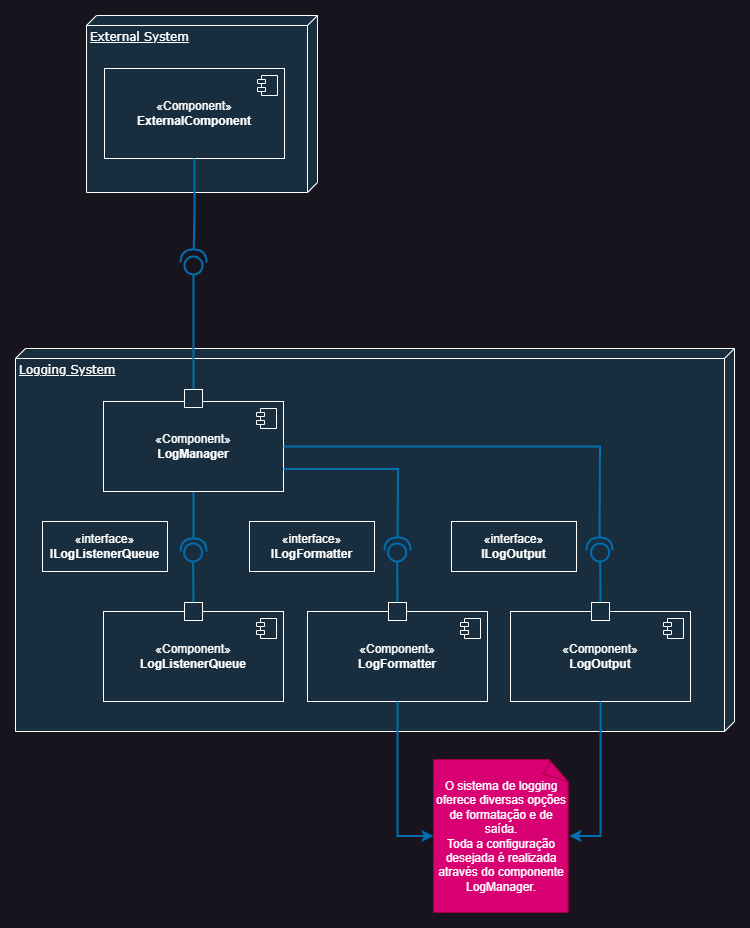
pietrodeluca1997/byte-forge-project keeps this draw.io diagram as documents/Component Diagram.drawio.png. Above is the earlier version. Source tidied: cells renumbered, new cells last; positions are measured from the earlier drawing's top-left corner, leaving out a move shared by most shapes.
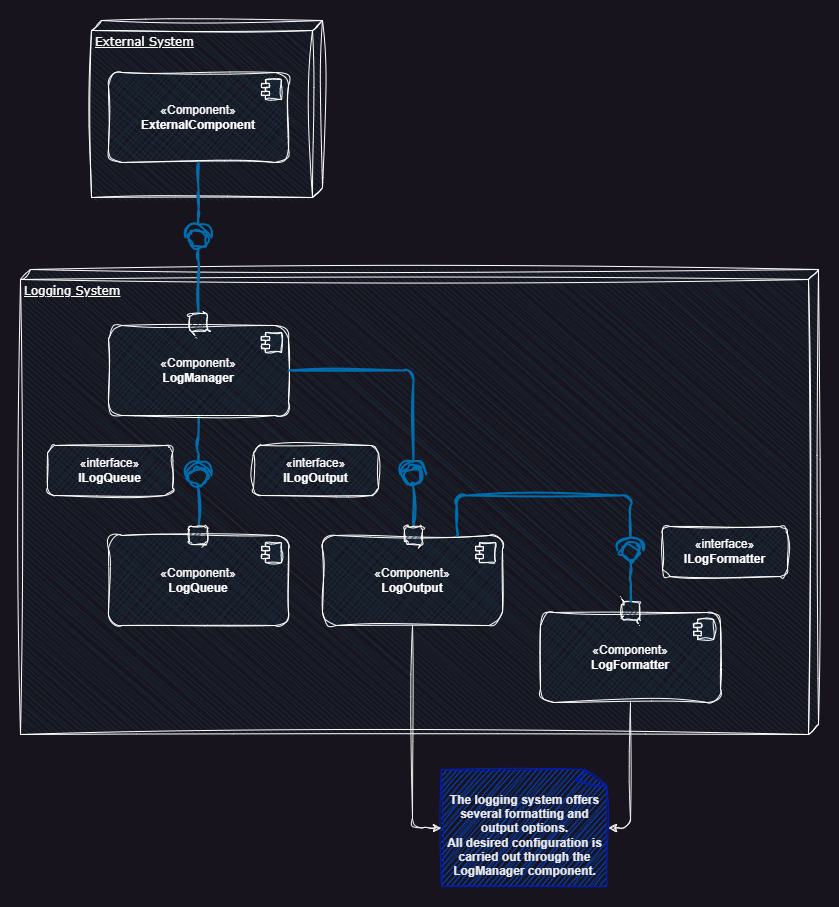
The same file after the commit.

Commit message:
Component diagram updated

Change to the diagram source:
```diff
@@ -2,127 +2,136 @@
   <root>
     <mxCell id="0" />
     <mxCell id="1" parent="0" />
-    <mxCell id="2" value="&lt;div&gt;Logging System&lt;/div&gt;&lt;div&gt;&lt;br&gt;&lt;/div&gt;" style="verticalAlign=top;align=left;spacingTop=8;spacingLeft=2;spacingRight=12;shape=cube;size=10;direction=south;fontStyle=4;html=1;rounded=0;shadow=0;comic=0;labelBackgroundColor=none;strokeWidth=1;fontFamily=Verdana;fontSize=12;fillColor=#182E3E;strokeColor=#FFFFFF;fontColor=#FFFFFF;" parent="1" vertex="1">
-      <mxGeometry y="333" width="719" height="383" as="geometry" />
+    <mxCell id="2" value="&lt;div&gt;Logging System&lt;/div&gt;&lt;div&gt;&lt;br&gt;&lt;/div&gt;" style="verticalAlign=top;align=left;spacingTop=8;spacingLeft=2;spacingRight=12;shape=cube;size=10;direction=south;fontStyle=4;html=1;rounded=1;shadow=0;comic=0;labelBackgroundColor=none;strokeWidth=1;fontFamily=Verdana;fontSize=12;fillColor=#182E3E;strokeColor=#FFFFFF;fontColor=#FFFFFF;sketch=1;curveFitting=1;jiggle=2;" parent="1" vertex="1">
+      <mxGeometry y="330" width="798" height="465" as="geometry" />
     </mxCell>
-    <mxCell id="3" style="edgeStyle=orthogonalEdgeStyle;rounded=0;jettySize=auto;html=1;strokeColor=#006EAF;endArrow=halfCircle;endFill=0;jumpSize=6;endSize=10;fillColor=#1ba1e2;strokeWidth=2;" parent="1" edge="1" source="4">
+    <mxCell id="3" style="edgeStyle=orthogonalEdgeStyle;rounded=1;jettySize=auto;html=1;strokeColor=#006EAF;endArrow=halfCircle;endFill=0;jumpSize=6;endSize=10;fillColor=#1ba1e2;strokeWidth=2;sketch=1;curveFitting=1;jiggle=2;" parent="1" edge="1" source="4">
       <mxGeometry relative="1" as="geometry">
         <mxPoint x="178" y="536" as="targetPoint" />
       </mxGeometry>
     </mxCell>
-    <mxCell id="4" value="«Component»&lt;br&gt;&lt;b&gt;LogManager&lt;/b&gt;" style="html=1;whiteSpace=wrap;labelBackgroundColor=none;fillColor=#182E3E;strokeColor=#FFFFFF;fontColor=#FFFFFF;" parent="1" vertex="1">
+    <mxCell id="4" value="«Component»&lt;br&gt;&lt;b&gt;LogManager&lt;/b&gt;" style="html=1;whiteSpace=wrap;labelBackgroundColor=none;fillColor=#182E3E;strokeColor=#FFFFFF;fontColor=#FFFFFF;sketch=1;curveFitting=1;jiggle=2;rounded=1;" parent="1" vertex="1">
       <mxGeometry x="88" y="386" width="180" height="90" as="geometry" />
     </mxCell>
-    <mxCell id="5" style="shape=module;jettyWidth=8;jettyHeight=4;labelBackgroundColor=none;fillColor=#182E3E;strokeColor=#FFFFFF;fontColor=#FFFFFF;" parent="4" vertex="1">
+    <mxCell id="5" style="shape=module;jettyWidth=8;jettyHeight=4;labelBackgroundColor=none;fillColor=#182E3E;strokeColor=#FFFFFF;fontColor=#FFFFFF;sketch=1;curveFitting=1;jiggle=2;rounded=1;" parent="4" vertex="1">
       <mxGeometry x="1" width="20" height="20" relative="1" as="geometry">
         <mxPoint x="-27" y="7" as="offset" />
       </mxGeometry>
     </mxCell>
-    <mxCell id="6" value="«Component»&lt;br&gt;&lt;b&gt;LogListenerQueue&lt;/b&gt;" style="html=1;whiteSpace=wrap;labelBackgroundColor=none;fillColor=#182E3E;strokeColor=#FFFFFF;fontColor=#FFFFFF;" parent="1" vertex="1">
+    <mxCell id="6" value="«Component»&lt;br&gt;&lt;b&gt;LogQueue&lt;/b&gt;" style="html=1;whiteSpace=wrap;labelBackgroundColor=none;fillColor=#182E3E;strokeColor=#FFFFFF;fontColor=#FFFFFF;sketch=1;curveFitting=1;jiggle=2;rounded=1;" parent="1" vertex="1">
       <mxGeometry x="88" y="596" width="180" height="90" as="geometry" />
     </mxCell>
-    <mxCell id="7" style="shape=module;jettyWidth=8;jettyHeight=4;labelBackgroundColor=none;fillColor=#182E3E;strokeColor=#FFFFFF;fontColor=#FFFFFF;" parent="6" vertex="1">
+    <mxCell id="7" style="shape=module;jettyWidth=8;jettyHeight=4;labelBackgroundColor=none;fillColor=#182E3E;strokeColor=#FFFFFF;fontColor=#FFFFFF;sketch=1;curveFitting=1;jiggle=2;rounded=1;" parent="6" vertex="1">
       <mxGeometry x="1" width="20" height="20" relative="1" as="geometry">
         <mxPoint x="-27" y="7" as="offset" />
       </mxGeometry>
     </mxCell>
-    <mxCell id="8" style="edgeStyle=orthogonalEdgeStyle;rounded=0;jettySize=auto;html=1;strokeColor=#006EAF;endArrow=circle;endFill=0;strokeWidth=2;fillColor=#1ba1e2;endSize=7;" parent="1" edge="1" source="9">
+    <mxCell id="8" style="edgeStyle=orthogonalEdgeStyle;rounded=1;jettySize=auto;html=1;strokeColor=#006EAF;endArrow=circle;endFill=0;strokeWidth=2;fillColor=#1ba1e2;endSize=7;sketch=1;curveFitting=1;jiggle=2;" parent="1" edge="1" source="9">
       <mxGeometry relative="1" as="geometry">
-        <mxPoint x="178" y="239" as="targetPoint" />
+        <mxPoint x="178" y="289" as="targetPoint" />
       </mxGeometry>
     </mxCell>
-    <mxCell id="9" style="html=1;rounded=0;strokeColor=#FFFFFF;fontColor=#FFFFFF;fillColor=#182E3E;" parent="1" vertex="1">
+    <mxCell id="9" style="html=1;rounded=1;strokeColor=#FFFFFF;fontColor=#FFFFFF;fillColor=#182E3E;sketch=1;curveFitting=1;jiggle=2;" parent="1" vertex="1">
       <mxGeometry x="169" y="374" width="18" height="18" as="geometry" />
     </mxCell>
-    <mxCell id="10" style="edgeStyle=orthogonalEdgeStyle;rounded=0;jettySize=auto;html=1;strokeColor=#006EAF;endArrow=circle;endFill=0;endSize=7;startSize=6;jumpSize=6;exitX=0.5;exitY=0;exitDx=0;exitDy=0;fillColor=#1ba1e2;strokeWidth=2;" parent="1" edge="1" source="11">
+    <mxCell id="10" style="edgeStyle=orthogonalEdgeStyle;rounded=1;jettySize=auto;html=1;strokeColor=#006EAF;endArrow=circle;endFill=0;endSize=7;startSize=6;jumpSize=6;exitX=0.5;exitY=0;exitDx=0;exitDy=0;fillColor=#1ba1e2;strokeWidth=2;sketch=1;curveFitting=1;jiggle=2;" parent="1" edge="1" source="11">
       <mxGeometry relative="1" as="geometry">
         <mxPoint x="177.5" y="526" as="targetPoint" />
       </mxGeometry>
     </mxCell>
-    <mxCell id="11" style="html=1;rounded=0;strokeColor=#FFFFFF;fontColor=#FFFFFF;fillColor=#182E3E;" parent="1" vertex="1">
+    <mxCell id="11" style="html=1;rounded=1;strokeColor=#FFFFFF;fontColor=#FFFFFF;fillColor=#182E3E;sketch=1;curveFitting=1;jiggle=2;" parent="1" vertex="1">
       <mxGeometry x="169" y="587" width="18" height="18" as="geometry" />
     </mxCell>
-    <mxCell id="12" value="«Component»&lt;br&gt;&lt;b&gt;LogFormatter&lt;/b&gt;" style="html=1;whiteSpace=wrap;labelBackgroundColor=none;fillColor=#182E3E;strokeColor=#FFFFFF;fontColor=#FFFFFF;" parent="1" vertex="1">
-      <mxGeometry x="292" y="596" width="180" height="90" as="geometry" />
+    <mxCell id="12" value="«Component»&lt;br&gt;&lt;b&gt;LogFormatter&lt;/b&gt;" style="html=1;whiteSpace=wrap;labelBackgroundColor=none;fillColor=#182E3E;strokeColor=#FFFFFF;fontColor=#FFFFFF;sketch=1;curveFitting=1;jiggle=2;rounded=1;" parent="1" vertex="1">
+      <mxGeometry x="520" y="673" width="180" height="90" as="geometry" />
     </mxCell>
-    <mxCell id="13" style="shape=module;jettyWidth=8;jettyHeight=4;labelBackgroundColor=none;fillColor=#182E3E;strokeColor=#FFFFFF;fontColor=#FFFFFF;" parent="12" vertex="1">
+    <mxCell id="13" style="shape=module;jettyWidth=8;jettyHeight=4;labelBackgroundColor=none;fillColor=#182E3E;strokeColor=#FFFFFF;fontColor=#FFFFFF;sketch=1;curveFitting=1;jiggle=2;rounded=1;" parent="12" vertex="1">
       <mxGeometry x="1" width="20" height="20" relative="1" as="geometry">
         <mxPoint x="-27" y="7" as="offset" />
       </mxGeometry>
     </mxCell>
-    <mxCell id="14" value="«Component»&lt;br&gt;&lt;b&gt;LogOutput&lt;/b&gt;" style="html=1;whiteSpace=wrap;labelBackgroundColor=none;fillColor=#182E3E;strokeColor=#FFFFFF;fontColor=#FFFFFF;" parent="1" vertex="1">
-      <mxGeometry x="495" y="596" width="180" height="90" as="geometry" />
+    <mxCell id="14" value="«Component»&lt;br&gt;&lt;b&gt;LogOutput&lt;/b&gt;" style="html=1;whiteSpace=wrap;labelBackgroundColor=none;fillColor=#182E3E;strokeColor=#FFFFFF;fontColor=#FFFFFF;sketch=1;curveFitting=1;jiggle=2;rounded=1;" parent="1" vertex="1">
+      <mxGeometry x="302" y="596" width="180" height="90" as="geometry" />
     </mxCell>
-    <mxCell id="15" style="shape=module;jettyWidth=8;jettyHeight=4;labelBackgroundColor=none;fillColor=#182E3E;strokeColor=#FFFFFF;fontColor=#FFFFFF;" parent="14" vertex="1">
+    <mxCell id="15" style="shape=module;jettyWidth=8;jettyHeight=4;labelBackgroundColor=none;fillColor=#182E3E;strokeColor=#FFFFFF;fontColor=#FFFFFF;sketch=1;curveFitting=1;jiggle=2;rounded=1;" parent="14" vertex="1">
       <mxGeometry x="1" width="20" height="20" relative="1" as="geometry">
         <mxPoint x="-27" y="7" as="offset" />
       </mxGeometry>
     </mxCell>
-    <mxCell id="16" style="edgeStyle=orthogonalEdgeStyle;rounded=0;jettySize=auto;html=1;strokeColor=#006EAF;endArrow=circle;endFill=0;endSize=7;startSize=6;jumpSize=6;exitX=0.5;exitY=0;exitDx=0;exitDy=0;fillColor=#1ba1e2;strokeWidth=2;" parent="1" edge="1" source="17">
+    <mxCell id="16" style="edgeStyle=orthogonalEdgeStyle;rounded=1;jettySize=auto;html=1;strokeColor=#006EAF;endArrow=circle;endFill=0;endSize=7;startSize=6;jumpSize=6;exitX=0.5;exitY=0;exitDx=0;exitDy=0;fillColor=#1ba1e2;strokeWidth=2;sketch=1;curveFitting=1;jiggle=2;" parent="1" edge="1" source="17">
       <mxGeometry relative="1" as="geometry">
-        <mxPoint x="381.5" y="526" as="targetPoint" />
+        <mxPoint x="392.5" y="526" as="targetPoint" />
       </mxGeometry>
     </mxCell>
-    <mxCell id="17" style="html=1;rounded=0;strokeColor=#FFFFFF;fontColor=#FFFFFF;fillColor=#182E3E;" parent="1" vertex="1">
-      <mxGeometry x="373" y="587" width="18" height="18" as="geometry" />
+    <mxCell id="17" style="html=1;rounded=1;strokeColor=#FFFFFF;fontColor=#FFFFFF;fillColor=#182E3E;sketch=1;curveFitting=1;jiggle=2;" parent="1" vertex="1">
+      <mxGeometry x="384" y="587" width="18" height="18" as="geometry" />
     </mxCell>
-    <mxCell id="18" style="edgeStyle=orthogonalEdgeStyle;rounded=0;jettySize=auto;html=1;strokeColor=#006EAF;endArrow=circle;endFill=0;endSize=7;startSize=6;jumpSize=6;exitX=0.5;exitY=0;exitDx=0;exitDy=0;fillColor=#1ba1e2;strokeWidth=2;" parent="1" edge="1" source="19">
-      <mxGeometry relative="1" as="geometry">
-        <mxPoint x="584.5" y="526" as="targetPoint" />
-      </mxGeometry>
-    </mxCell>
-    <mxCell id="19" style="html=1;rounded=0;strokeColor=#FFFFFF;fontColor=#FFFFFF;fillColor=#182E3E;" parent="1" vertex="1">
-      <mxGeometry x="576" y="587" width="18" height="18" as="geometry" />
+    <mxCell id="19" style="html=1;rounded=1;strokeColor=#FFFFFF;fontColor=#FFFFFF;fillColor=#182E3E;sketch=1;curveFitting=1;jiggle=2;" parent="1" vertex="1">
+      <mxGeometry x="601" y="662.5" width="18" height="18" as="geometry" />
     </mxCell>
-    <mxCell id="20" style="edgeStyle=orthogonalEdgeStyle;rounded=0;jettySize=auto;html=1;strokeColor=#006EAF;endArrow=halfCircle;endFill=0;jumpSize=6;endSize=10;exitX=1;exitY=0.75;exitDx=0;exitDy=0;fillColor=#1ba1e2;strokeWidth=2;" parent="1" edge="1" source="4">
+    <mxCell id="20" style="edgeStyle=orthogonalEdgeStyle;rounded=1;jettySize=auto;html=1;strokeColor=#006EAF;endArrow=halfCircle;endFill=0;jumpSize=6;endSize=10;exitX=1;exitY=0.5;exitDx=0;exitDy=0;fillColor=#1ba1e2;strokeWidth=2;sketch=1;curveFitting=1;jiggle=2;" parent="1" edge="1" source="4">
       <mxGeometry relative="1" as="geometry">
-        <mxPoint x="382" y="535" as="targetPoint" />
+        <mxPoint x="393" y="535" as="targetPoint" />
+        <Array as="points">
+          <mxPoint x="393" y="431" />
+        </Array>
       </mxGeometry>
     </mxCell>
-    <mxCell id="21" style="edgeStyle=orthogonalEdgeStyle;rounded=0;jettySize=auto;html=1;strokeColor=#006EAF;endArrow=halfCircle;endFill=0;jumpSize=6;endSize=10;exitX=1;exitY=0.5;exitDx=0;exitDy=0;fillColor=#1ba1e2;strokeWidth=2;" parent="1" edge="1" source="4">
-      <mxGeometry relative="1" as="geometry">
-        <mxPoint x="584" y="535" as="targetPoint" />
-      </mxGeometry>
-    </mxCell>
-    <mxCell id="22" value="«interface»&lt;br&gt;&lt;b&gt;ILogListenerQueue&lt;/b&gt;" style="html=1;whiteSpace=wrap;strokeColor=#FFFFFF;fontColor=#FFFFFF;fillColor=#182E3E;" parent="1" vertex="1">
+    <mxCell id="22" value="«interface»&lt;br&gt;&lt;b&gt;ILogQueue&lt;/b&gt;" style="html=1;whiteSpace=wrap;strokeColor=#FFFFFF;fontColor=#FFFFFF;fillColor=#182E3E;sketch=1;curveFitting=1;jiggle=2;rounded=1;" parent="1" vertex="1">
       <mxGeometry x="27" y="506" width="125" height="50" as="geometry" />
     </mxCell>
-    <mxCell id="23" value="«interface»&lt;br&gt;&lt;b&gt;ILogFormatter&lt;/b&gt;" style="html=1;whiteSpace=wrap;strokeColor=#FFFFFF;fontColor=#FFFFFF;fillColor=#182E3E;" parent="1" vertex="1">
-      <mxGeometry x="234" y="506" width="125" height="50" as="geometry" />
+    <mxCell id="23" value="«interface»&lt;br&gt;&lt;b&gt;ILogFormatter&lt;/b&gt;" style="html=1;whiteSpace=wrap;strokeColor=#FFFFFF;fontColor=#FFFFFF;fillColor=#182E3E;sketch=1;curveFitting=1;jiggle=2;rounded=1;" parent="1" vertex="1">
+      <mxGeometry x="642" y="587" width="125" height="50" as="geometry" />
     </mxCell>
-    <mxCell id="24" value="«interface»&lt;br&gt;&lt;b&gt;ILogOutput&lt;/b&gt;" style="html=1;whiteSpace=wrap;strokeColor=#FFFFFF;fontColor=#FFFFFF;fillColor=#182E3E;" parent="1" vertex="1">
-      <mxGeometry x="436" y="506" width="125" height="50" as="geometry" />
+    <mxCell id="24" value="«interface»&lt;br&gt;&lt;b&gt;ILogOutput&lt;/b&gt;" style="html=1;whiteSpace=wrap;strokeColor=#FFFFFF;fontColor=#FFFFFF;fillColor=#182E3E;sketch=1;curveFitting=1;jiggle=2;rounded=1;" parent="1" vertex="1">
+      <mxGeometry x="233" y="506" width="125" height="50" as="geometry" />
     </mxCell>
-    <mxCell id="25" value="O sistema de logging oferece diversas opções de formatação e de saída.&lt;br&gt;Toda a configuração desejada é realizada através do componente LogManager." style="whiteSpace=wrap;html=1;shape=mxgraph.basic.document;fillColor=#d80073;fontColor=#ffffff;strokeColor=#A50040;" parent="1" vertex="1">
-      <mxGeometry x="418" y="744" width="136" height="153" as="geometry" />
+    <mxCell id="25" value="&lt;div style=&quot;&quot;&gt;&lt;font style=&quot;font-size: 12px;&quot;&gt;&lt;b&gt;&lt;br&gt;&lt;/b&gt;&lt;/font&gt;&lt;/div&gt;&lt;div style=&quot;&quot;&gt;&lt;div style=&quot;&quot;&gt;&lt;span style=&quot;color: rgb(232, 234, 237); font-family: Arial, sans-serif; white-space-collapse: preserve; background-color: initial;&quot;&gt;&lt;font style=&quot;font-size: 12px;&quot;&gt;&lt;b&gt;The logging system offers several formatting and output options.&lt;/b&gt;&lt;/font&gt;&lt;/span&gt;&lt;/div&gt;&lt;span style=&quot;color: rgb(232, 234, 237); font-family: Arial, sans-serif; white-space-collapse: preserve;&quot;&gt;&lt;div style=&quot;&quot;&gt;&lt;span style=&quot;background-color: initial;&quot;&gt;&lt;font style=&quot;font-size: 12px;&quot;&gt;&lt;b&gt;All desired configuration is carried out through the LogManager component.&lt;/b&gt;&lt;/font&gt;&lt;/span&gt;&lt;/div&gt;&lt;/span&gt;&lt;/div&gt;" style="whiteSpace=wrap;html=1;shape=mxgraph.basic.document;fillColor=#0050ef;fontColor=#ffffff;strokeColor=#001DBC;align=center;strokeWidth=1;perimeterSpacing=0;shadow=0;sketch=1;curveFitting=1;jiggle=2;rounded=1;" parent="1" vertex="1">
+      <mxGeometry x="421" y="830" width="167" height="117" as="geometry" />
     </mxCell>
-    <mxCell id="26" style="edgeStyle=orthogonalEdgeStyle;rounded=0;jettySize=auto;html=1;entryX=0;entryY=0.5;entryDx=0;entryDy=0;entryPerimeter=0;strokeColor=#006EAF;endSize=6;strokeWidth=2;fillColor=#1ba1e2;" parent="1" edge="1" source="12" target="25">
-      <mxGeometry relative="1" as="geometry" />
-    </mxCell>
-    <mxCell id="27" style="edgeStyle=orthogonalEdgeStyle;rounded=0;jettySize=auto;html=1;entryX=1;entryY=0.5;entryDx=0;entryDy=0;entryPerimeter=0;strokeColor=#006EAF;endSize=6;strokeWidth=2;fillColor=#1ba1e2;" parent="1" edge="1" source="14" target="25">
-      <mxGeometry relative="1" as="geometry" />
-    </mxCell>
-    <mxCell id="28" value="&lt;div&gt;External System&lt;/div&gt;" style="verticalAlign=top;align=left;spacingTop=8;spacingLeft=2;spacingRight=12;shape=cube;size=10;direction=south;fontStyle=4;html=1;rounded=0;shadow=0;comic=0;labelBackgroundColor=none;strokeWidth=1;fontFamily=Verdana;fontSize=12;fillColor=#182E3E;strokeColor=#FFFFFF;fontColor=#FFFFFF;" parent="1" vertex="1">
-      <mxGeometry x="71" width="231" height="177" as="geometry" />
+    <mxCell id="28" value="&lt;div&gt;External System&lt;/div&gt;" style="verticalAlign=top;align=left;spacingTop=8;spacingLeft=2;spacingRight=12;shape=cube;size=10;direction=south;fontStyle=4;html=1;rounded=1;shadow=0;comic=0;labelBackgroundColor=none;strokeWidth=1;fontFamily=Verdana;fontSize=12;fillColor=#182E3E;strokeColor=#FFFFFF;fontColor=#FFFFFF;sketch=1;curveFitting=1;jiggle=2;" parent="1" vertex="1">
+      <mxGeometry x="71" y="81" width="231" height="177" as="geometry" />
     </mxCell>
-    <mxCell id="29" value="«Component»&lt;br&gt;&lt;b&gt;ExternalComponent&lt;/b&gt;" style="html=1;whiteSpace=wrap;labelBackgroundColor=none;fillColor=#182E3E;strokeColor=#FFFFFF;fontColor=#FFFFFF;" parent="1" vertex="1">
-      <mxGeometry x="89" y="53" width="180" height="90" as="geometry" />
+    <mxCell id="29" value="«Component»&lt;br&gt;&lt;b&gt;ExternalComponent&lt;/b&gt;" style="html=1;whiteSpace=wrap;labelBackgroundColor=none;fillColor=#182E3E;strokeColor=#FFFFFF;fontColor=#FFFFFF;sketch=1;curveFitting=1;jiggle=2;rounded=1;" parent="1" vertex="1">
+      <mxGeometry x="88" y="133" width="180" height="90" as="geometry" />
     </mxCell>
-    <mxCell id="30" style="shape=module;jettyWidth=8;jettyHeight=4;labelBackgroundColor=none;fillColor=#182E3E;strokeColor=#FFFFFF;fontColor=#FFFFFF;" parent="29" vertex="1">
+    <mxCell id="30" style="shape=module;jettyWidth=8;jettyHeight=4;labelBackgroundColor=none;fillColor=#182E3E;strokeColor=#FFFFFF;fontColor=#FFFFFF;sketch=1;curveFitting=1;jiggle=2;rounded=1;" parent="29" vertex="1">
       <mxGeometry x="1" width="20" height="20" relative="1" as="geometry">
         <mxPoint x="-27" y="7" as="offset" />
       </mxGeometry>
     </mxCell>
-    <mxCell id="31" style="edgeStyle=orthogonalEdgeStyle;rounded=0;jettySize=auto;html=1;strokeColor=#006EAF;endArrow=halfCircle;endFill=0;jumpSize=6;endSize=10;fillColor=#1ba1e2;exitX=0.5;exitY=1;exitDx=0;exitDy=0;strokeWidth=2;" parent="1" edge="1" source="29">
+    <mxCell id="31" style="edgeStyle=orthogonalEdgeStyle;rounded=1;jettySize=auto;html=1;strokeColor=#006EAF;endArrow=halfCircle;endFill=0;jumpSize=6;endSize=10;fillColor=#1ba1e2;exitX=0.5;exitY=1;exitDx=0;exitDy=0;strokeWidth=2;sketch=1;curveFitting=1;jiggle=2;" parent="1" edge="1" source="29">
       <mxGeometry relative="1" as="geometry">
-        <mxPoint x="178" y="247" as="targetPoint" />
+        <mxPoint x="178" y="298" as="targetPoint" />
       </mxGeometry>
     </mxCell>
-    <mxCell id="32" style="edgeStyle=orthogonalEdgeStyle;rounded=0;orthogonalLoop=1;jettySize=auto;html=1;exitX=0.5;exitY=1;exitDx=0;exitDy=0;" parent="1" edge="1">
+    <mxCell id="32" style="edgeStyle=orthogonalEdgeStyle;rounded=1;orthogonalLoop=1;jettySize=auto;html=1;exitX=0.5;exitY=1;exitDx=0;exitDy=0;sketch=1;curveFitting=1;jiggle=2;" parent="1" edge="1">
       <mxGeometry relative="1" as="geometry">
         <mxPoint x="258.5" y="356" as="sourcePoint" />
         <mxPoint x="258.5" y="356" as="targetPoint" />
       </mxGeometry>
     </mxCell>
+    <mxCell id="33" style="edgeStyle=orthogonalEdgeStyle;rounded=1;orthogonalLoop=1;jettySize=auto;html=1;strokeColor=#006EAF;endArrow=circle;endFill=0;endSize=7;startSize=6;jumpSize=6;exitX=0.5;exitY=0;exitDx=0;exitDy=0;fillColor=#1ba1e2;strokeWidth=2;sketch=1;curveFitting=1;jiggle=2;" parent="1" edge="1">
+      <mxGeometry relative="1" as="geometry">
+        <mxPoint x="610" y="662.5" as="sourcePoint" />
+        <mxPoint x="609.5" y="601.5" as="targetPoint" />
+      </mxGeometry>
+    </mxCell>
+    <mxCell id="26" style="edgeStyle=orthogonalEdgeStyle;rounded=1;jettySize=auto;html=1;entryX=1;entryY=0.5;entryDx=0;entryDy=0;entryPerimeter=0;sketch=1;curveFitting=1;jiggle=2;" parent="1" edge="1" source="12" target="25">
+      <mxGeometry relative="1" as="geometry" />
+    </mxCell>
+    <mxCell id="27" style="edgeStyle=orthogonalEdgeStyle;rounded=1;jettySize=auto;html=1;entryX=0;entryY=0.5;entryDx=0;entryDy=0;entryPerimeter=0;sketch=1;curveFitting=1;jiggle=2;" parent="1" edge="1" source="14" target="25">
+      <mxGeometry relative="1" as="geometry" />
+    </mxCell>
+    <mxCell id="34" style="edgeStyle=orthogonalEdgeStyle;rounded=1;jettySize=auto;html=1;strokeColor=#006EAF;endArrow=halfCircle;endFill=0;jumpSize=6;endSize=10;exitX=0.75;exitY=0;exitDx=0;exitDy=0;fillColor=#1ba1e2;strokeWidth=2;sketch=1;curveFitting=1;jiggle=2;" parent="1" edge="1" source="14">
+      <mxGeometry relative="1" as="geometry">
+        <mxPoint x="610" y="611" as="targetPoint" />
+        <Array as="points">
+          <mxPoint x="436" y="596" />
+          <mxPoint x="436" y="556" />
+          <mxPoint x="610" y="556" />
+        </Array>
+      </mxGeometry>
+    </mxCell>
   </root>
 </mxGraphModel>
```
